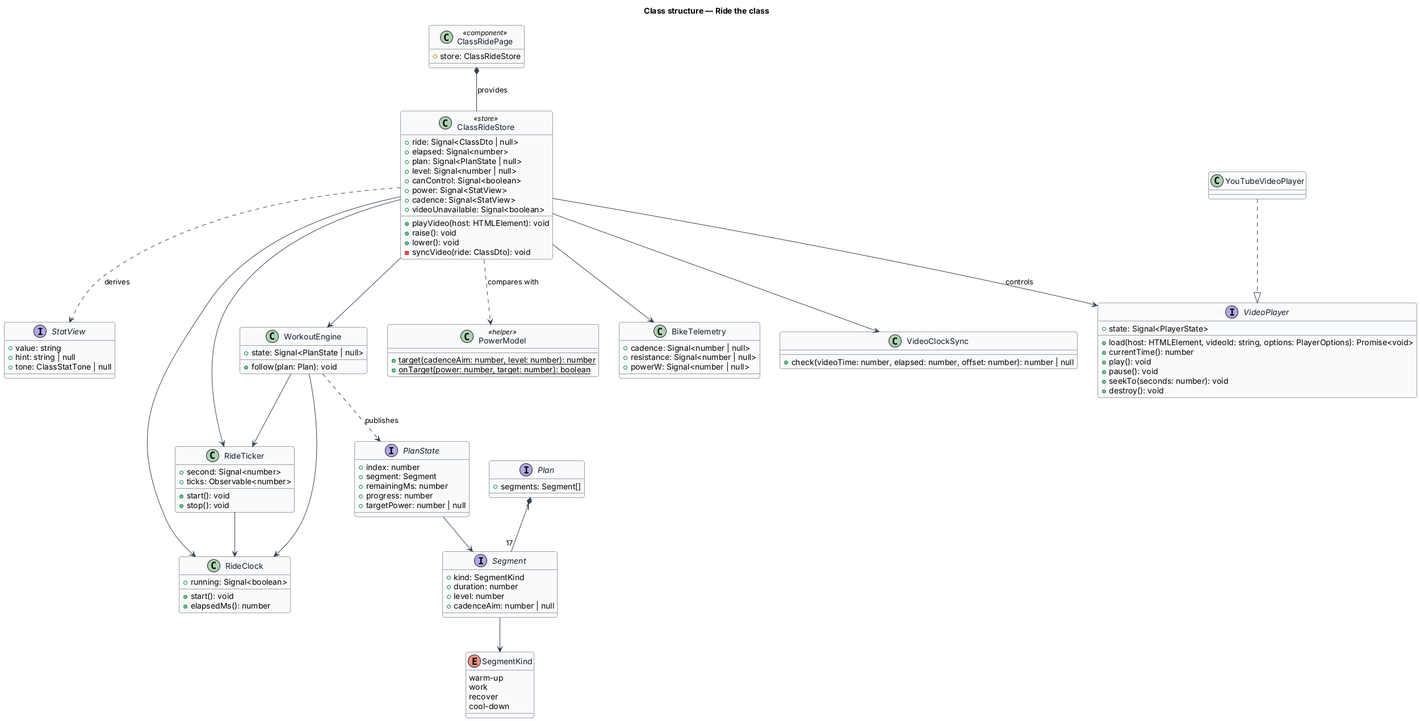
This is docs/detailed-designs/class-ride/ride-the-class/diagrams/class-structure.png from QuinntyneBrown/ride-one, a PlantUML export, as it was before one commit.
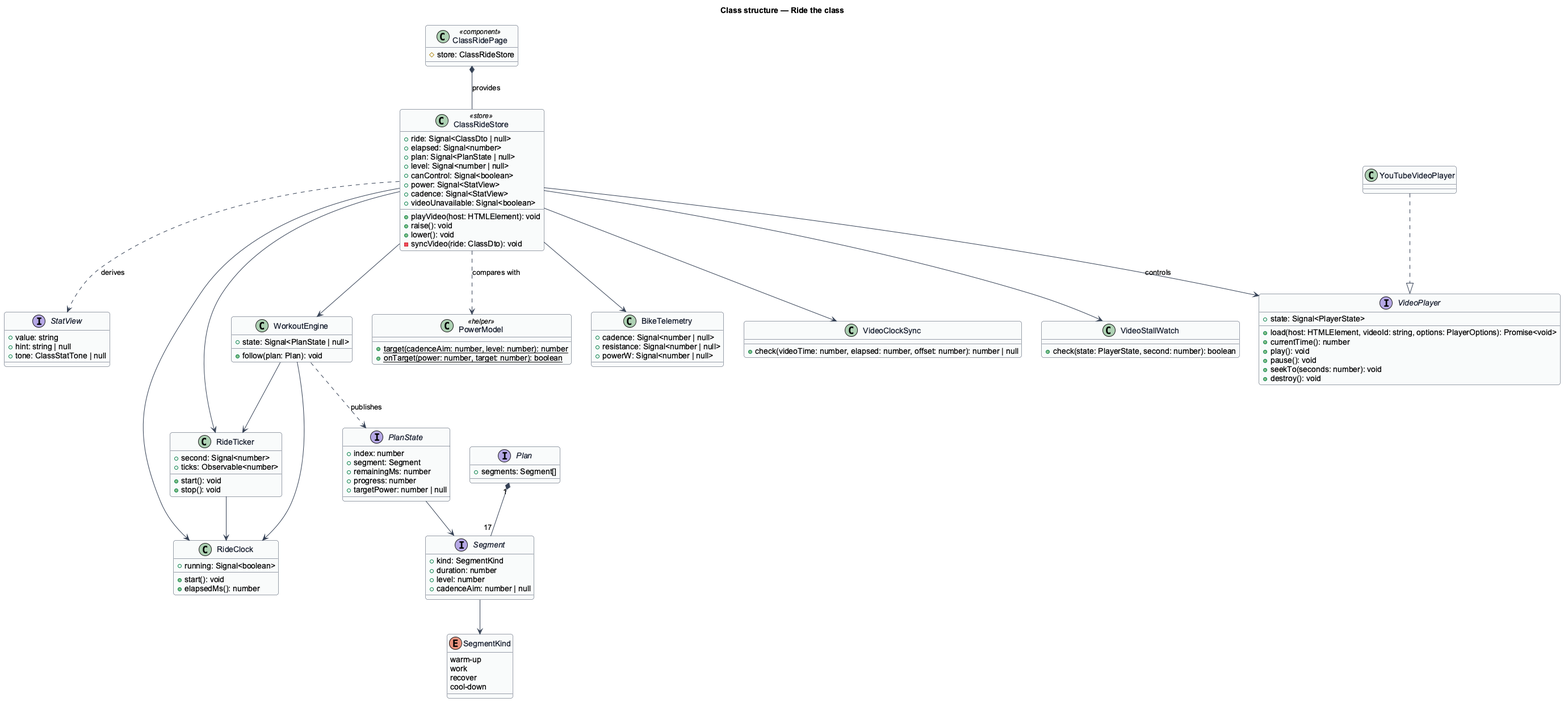
The same file after the commit.

Change to the diagram source:
```diff
@@ -95,6 +95,10 @@
   +check(videoTime: number, elapsed: number, offset: number): number | null
 }
 
+class VideoStallWatch {
+  +check(state: PlayerState, second: number): boolean
+}
+
 interface VideoPlayer {
   +state: Signal<PlayerState>
   +load(host: HTMLElement, videoId: string, options: PlayerOptions): Promise<void>
@@ -113,6 +117,7 @@
 ClassRideStore --> WorkoutEngine
 ClassRideStore --> BikeTelemetry
 ClassRideStore --> VideoClockSync
+ClassRideStore --> VideoStallWatch
 ClassRideStore --> VideoPlayer : controls
 ClassRideStore ..> StatView : derives
 ClassRideStore ..> PowerModel : compares with
```
